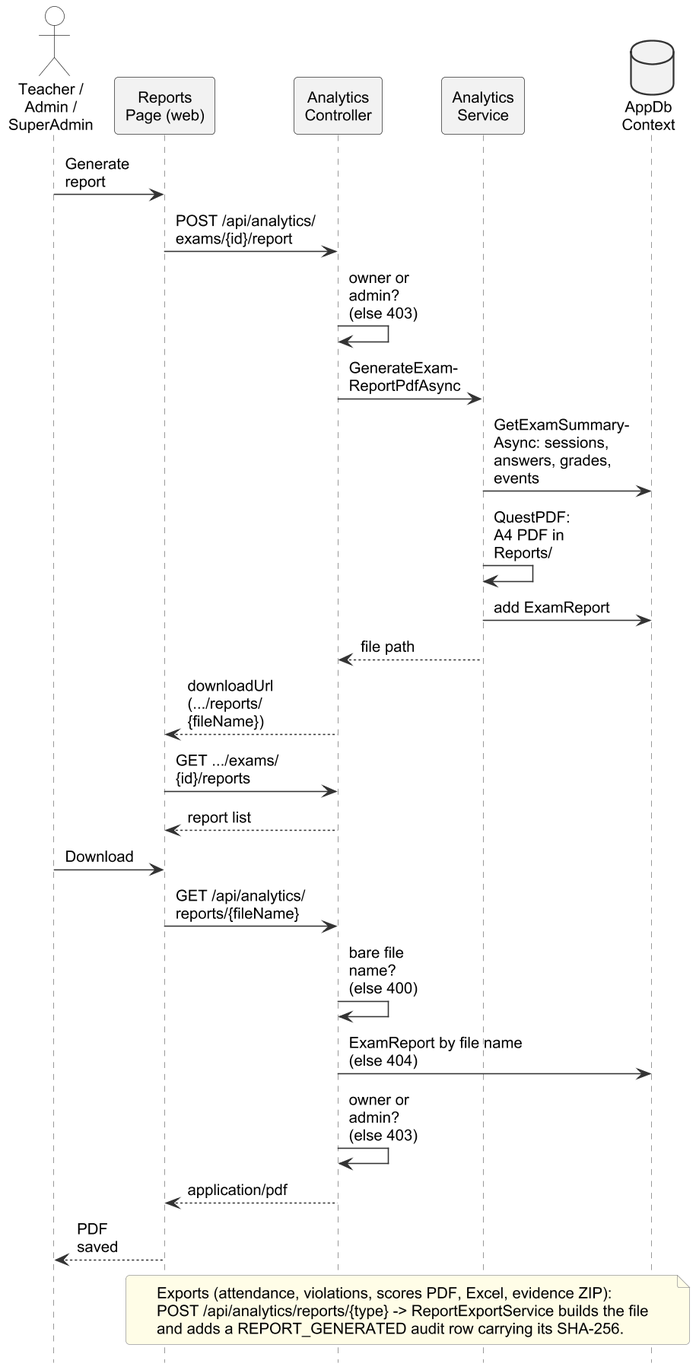
Above: important docs/fyp_doc_3chatp/Figures/seq_audit.png in Haiderali27-hub/AI-Lab-Monitoring- (PlantUML), before the change.
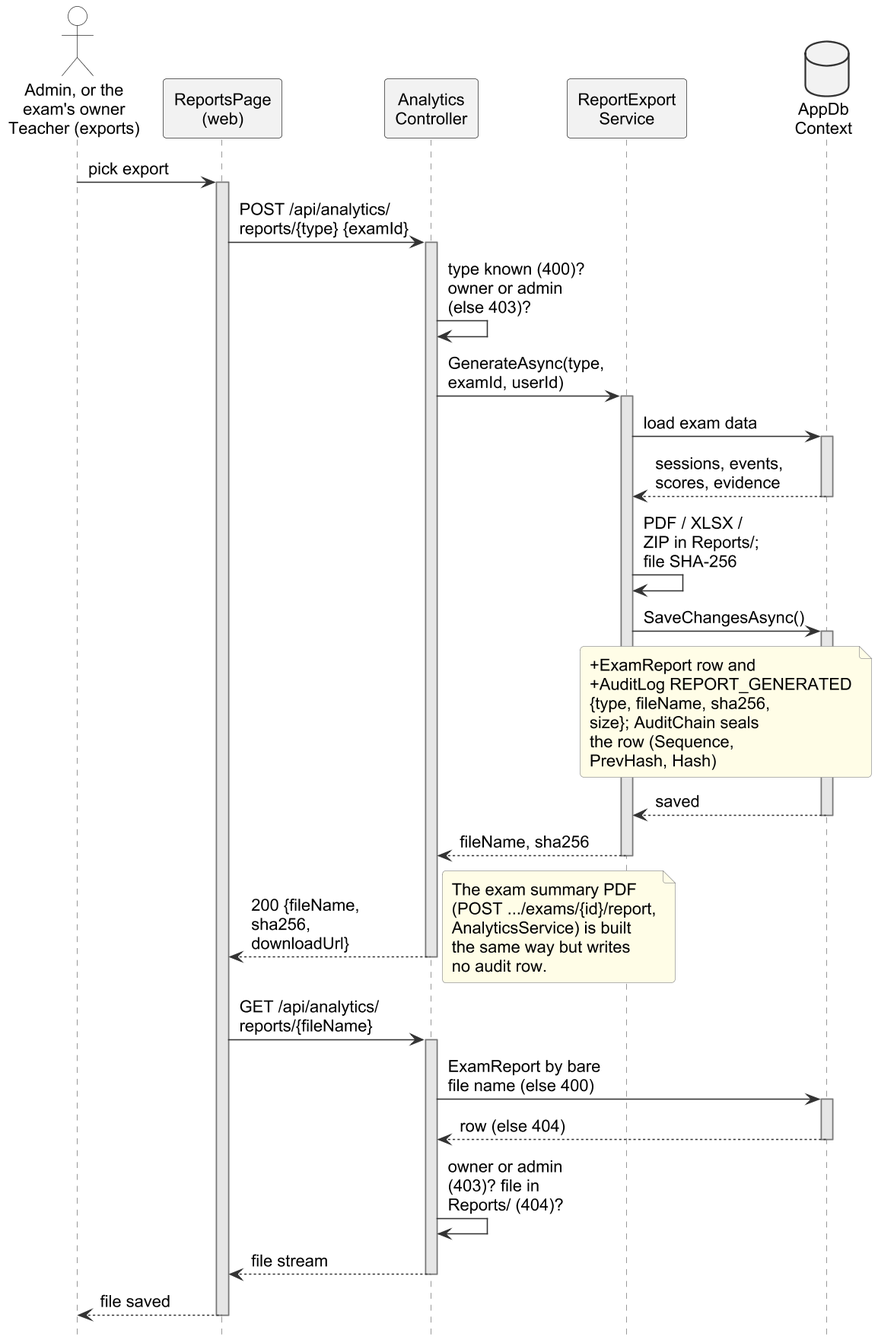
After the change.

The edit, as a diff of the source:
```diff
@@ -1,41 +1,70 @@
 @startuml
 !include style.iuml
-skinparam ArrowFontSize 13
-skinparam defaultFontSize 13
+skinparam defaultFontSize 14
+skinparam ArrowFontSize 14
 hide footbox
-skinparam ParticipantPadding 0
+hide unlinked
+skinparam ParticipantPadding 2
+skinparam BoxPadding 0
+skinparam maxMessageSize 200
 skinparam sequence {
   MessageAlign left
+  LifeLineBackgroundColor #E6E6E6
 }
-skinparam maxMessageSize 300
 
-actor "Teacher /\nAdmin /\nSuperAdmin" as T
-participant "Reports\nPage (web)" as RP
+actor "Admin, or the\nexam's owner\nTeacher (exports)" as T
+participant "ReportsPage\n(web)" as RP
 participant "Analytics\nController" as AC
-participant "Analytics\nService" as AS
+participant "ReportExport\nService" as RES
 database "AppDb\nContext" as DB
+participant "Audit\nController" as AUC
+participant "AuditLogs\nPage (web)" as ALP
 
-T -> RP : Generate\nreport
-RP -> AC : POST /api/analytics/\nexams/{id}/report
-AC -> AC : owner or\nadmin?\n(else 403)
-AC -> AS : GenerateExam-\nReportPdfAsync
-AS -> DB : GetExamSummary-\nAsync: sessions,\nanswers, grades,\nevents
-AS -> AS : QuestPDF:\nA4 PDF in\nReports/
-AS -> DB : add ExamReport
-AS --> AC : file path
-AC --> RP : downloadUrl\n(.../reports/\n{fileName})
-RP -> AC : GET .../exams/\n{id}/reports
-AC --> RP : report list
-T -> RP : Download
+T -> RP : pick export
+activate RP
+RP -> AC : POST /api/analytics/\nreports/{type} {examId}
+activate AC
+AC -> AC : type known (400)?\nowner or admin\n(else 403)?
+AC -> RES : GenerateAsync(type,\nexamId, userId)
+activate RES
+RES -> DB : load exam data
+activate DB
+DB --> RES : sessions, events,\nscores, evidence
+deactivate DB
+RES -> RES : PDF / XLSX /\nZIP in Reports/;\nfile SHA-256
+RES -> DB : SaveChangesAsync()
+activate DB
+note over RES, DB
++ExamReport row and
++AuditLog REPORT_GENERATED
+{type, fileName, sha256,
+size}; AuditChain seals
+the row (Sequence,
+PrevHash, Hash)
+end note
+DB --> RES : saved
+deactivate DB
+RES --> AC : fileName, sha256
+deactivate RES
+AC --> RP : 200 {fileName,\nsha256,\ndownloadUrl}
+deactivate AC
+note right
+The exam summary PDF
+(POST .../exams/{id}/report,
+AnalyticsService) is built
+the same way but writes
+no audit row.
+end note
 RP -> AC : GET /api/analytics/\nreports/{fileName}
-AC -> AC : bare file\nname?\n(else 400)
-AC -> DB : ExamReport by file name\n(else 404)
-AC -> AC : owner or\nadmin?\n(else 403)
-AC --> RP : application/pdf
-RP --> T : PDF\nsaved
-note over RP, DB
-  Exports (attendance, violations, scores PDF, Excel, evidence ZIP):
-  POST /api/analytics/reports/{type} -> ReportExportService builds the file
-  and adds a REPORT_GENERATED audit row carrying its SHA-256.
-end note
+activate AC
+AC -> DB : ExamReport by bare\nfile name (else 400)
+activate DB
+DB --> AC : row (else 404)
+deactivate DB
+AC -> AC : owner or admin\n(403)? file in\nReports/ (404)?
+AC --> RP : file stream
+deactivate AC
+RP --> T : file saved
+deactivate RP
+
 @enduml
```
